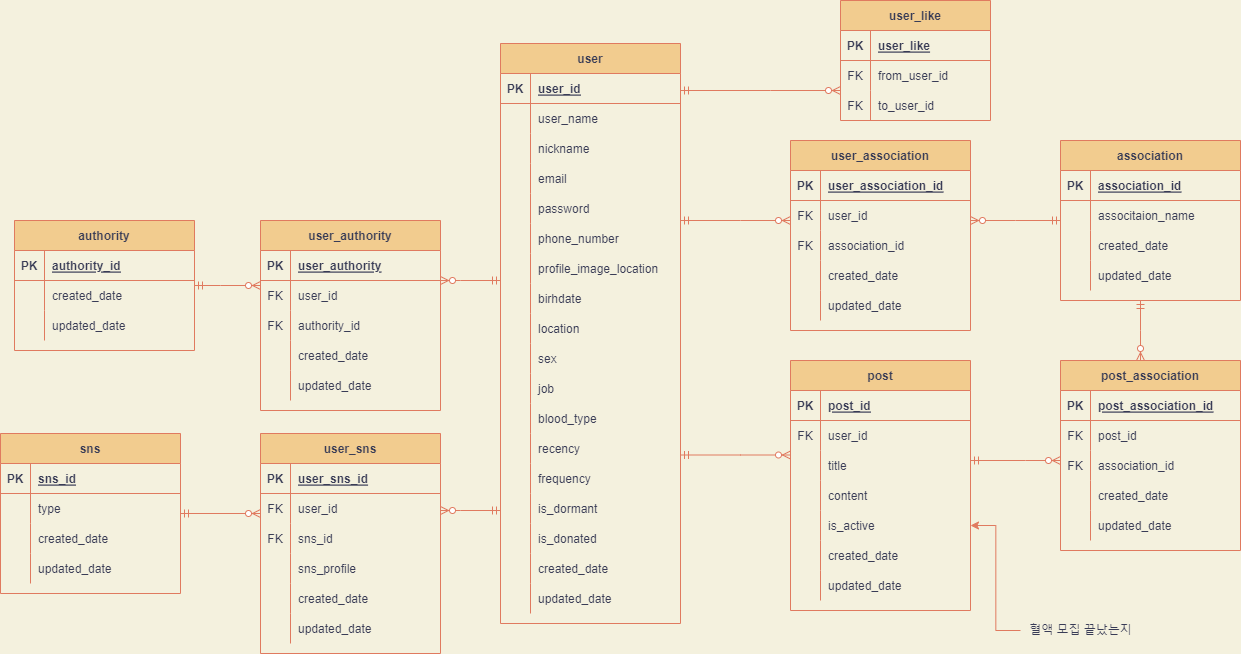
Above: Untitled Diagram.drawio.png in CYC0227/lab (draw.io), before the change. Source tidied: cells renumbered, new cells last; positions are measured from the earlier drawing's top-left corner, leaving out a move shared by most shapes.
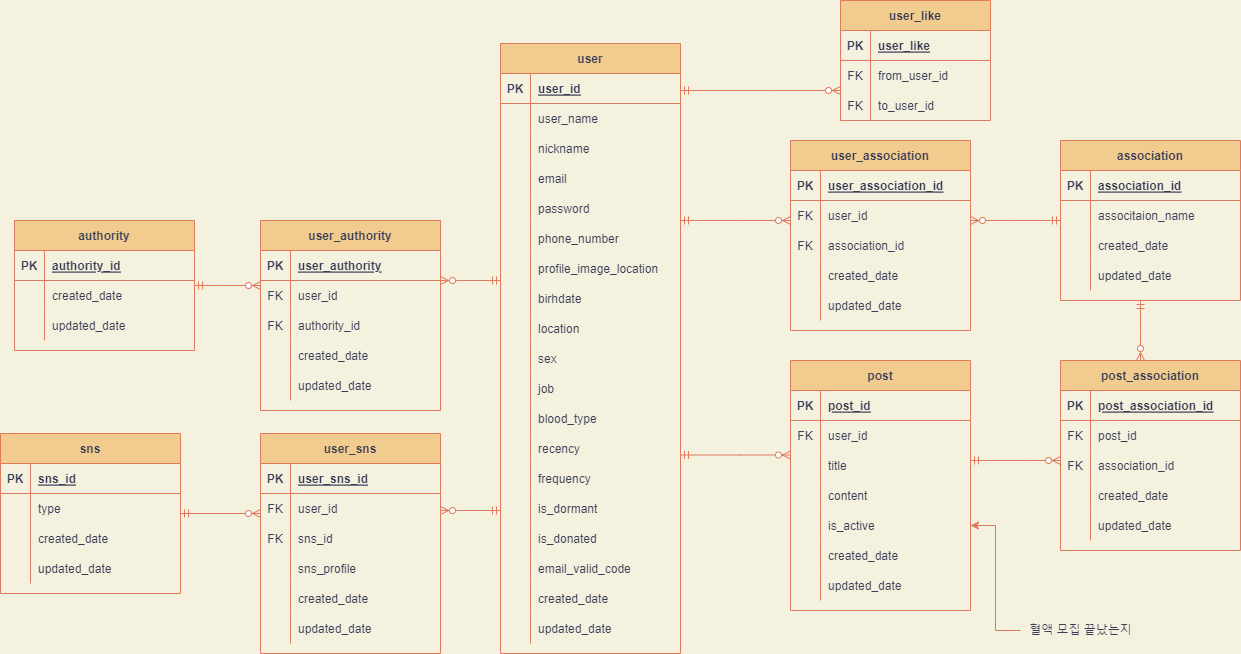
After the commit.

The edit, as a diff of the source:
```diff
@@ -3,7 +3,7 @@
     <mxCell id="0" />
     <mxCell id="1" parent="0" />
     <mxCell id="2" value="user" style="shape=table;startSize=30;rowLines=0;fontStyle=1;align=center;fillColor=#F2CC8F;strokeColor=#E07A5F;fontColor=#393C56;" parent="1" vertex="1">
-      <mxGeometry x="500" y="43" width="180" height="580" as="geometry" />
+      <mxGeometry x="500" y="43" width="180" height="610" as="geometry" />
     </mxCell>
     <mxCell id="3" style="shape=partialRectangle;fillColor=none;top=0;left=0;bottom=1;right=0;strokeColor=#E07A5F;fontColor=#393C56;" parent="2" vertex="1">
       <mxGeometry y="30" width="180" height="30" as="geometry" />
@@ -149,8 +149,17 @@
     <mxCell id="50" value="is_donated " style="shape=partialRectangle;fillColor=none;top=0;left=0;bottom=0;right=0;align=left;spacingLeft=6;overflow=hidden;strokeColor=#E07A5F;fontColor=#393C56;" parent="48" vertex="1">
       <mxGeometry x="30" width="150" height="30" as="geometry" />
     </mxCell>
+    <mxCell id="204" style="shape=partialRectangle;fillColor=none;top=0;left=0;bottom=0;right=0;strokeColor=#E07A5F;fontColor=#393C56;" parent="2" vertex="1">
+      <mxGeometry y="510" width="180" height="30" as="geometry" />
+    </mxCell>
+    <mxCell id="205" style="shape=partialRectangle;fillColor=none;top=0;left=0;bottom=0;right=0;overflow=hidden;strokeColor=#E07A5F;fontColor=#393C56;" parent="204" vertex="1">
+      <mxGeometry width="30" height="30" as="geometry" />
+    </mxCell>
+    <mxCell id="206" value="email_valid_code" style="shape=partialRectangle;fillColor=none;top=0;left=0;bottom=0;right=0;align=left;spacingLeft=6;overflow=hidden;strokeColor=#E07A5F;fontColor=#393C56;" parent="204" vertex="1">
+      <mxGeometry x="30" width="150" height="30" as="geometry" />
+    </mxCell>
     <mxCell id="51" style="shape=partialRectangle;fillColor=none;top=0;left=0;bottom=0;right=0;strokeColor=#E07A5F;fontColor=#393C56;" parent="2" vertex="1">
-      <mxGeometry y="510" width="180" height="30" as="geometry" />
+      <mxGeometry y="540" width="180" height="30" as="geometry" />
     </mxCell>
     <mxCell id="52" style="shape=partialRectangle;fillColor=none;top=0;left=0;bottom=0;right=0;overflow=hidden;strokeColor=#E07A5F;fontColor=#393C56;" parent="51" vertex="1">
       <mxGeometry width="30" height="30" as="geometry" />
@@ -159,7 +168,7 @@
       <mxGeometry x="30" width="150" height="30" as="geometry" />
     </mxCell>
     <mxCell id="54" style="shape=partialRectangle;fillColor=none;top=0;left=0;bottom=0;right=0;strokeColor=#E07A5F;fontColor=#393C56;" parent="2" vertex="1">
-      <mxGeometry y="540" width="180" height="30" as="geometry" />
+      <mxGeometry y="570" width="180" height="30" as="geometry" />
     </mxCell>
     <mxCell id="55" style="shape=partialRectangle;fillColor=none;top=0;left=0;bottom=0;right=0;overflow=hidden;strokeColor=#E07A5F;fontColor=#393C56;" parent="54" vertex="1">
       <mxGeometry width="30" height="30" as="geometry" />
```
